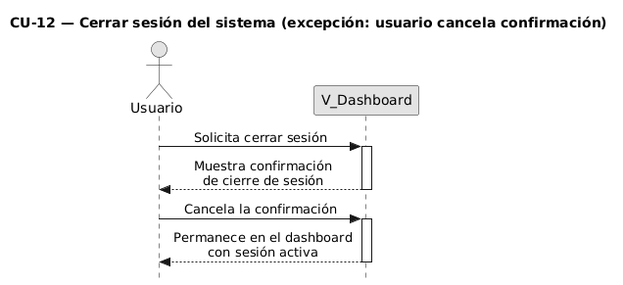
Before: diagramas-secuencia/CU12/CU12-exc-cancelacion.png, a diagram exported from PlantUML (FSM-Finet-y-Cable-Magico/Team_1-Inventario-y-Bodega).
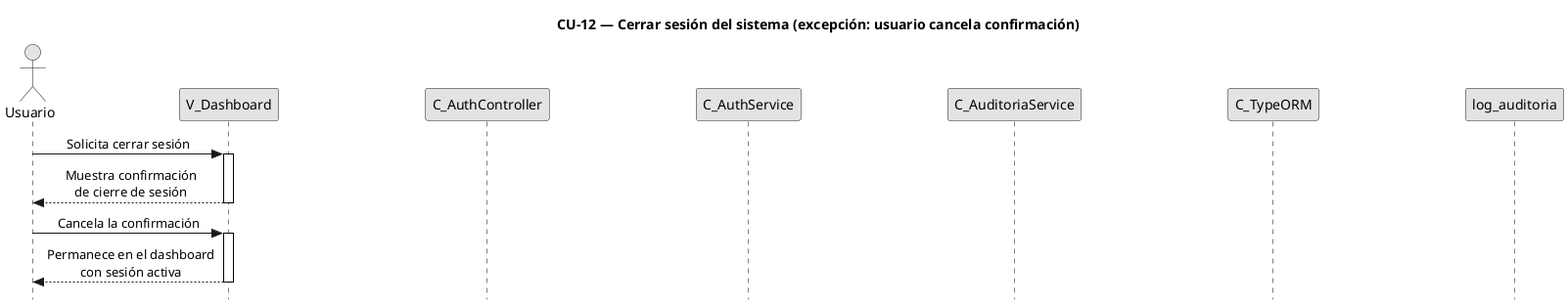
Above is the later version.

Change to the diagram source:
```diff
@@ -15,6 +15,11 @@
 
 actor "Usuario" as user
 participant "V_Dashboard" as view
+participant "C_AuthController" as ctrl
+participant "C_AuthService" as svc
+participant "C_AuditoriaService" as aud
+participant "C_TypeORM" as orm
+participant "log_auditoria" as aent
 
 user -> view : Solicita cerrar sesión
 activate view
```
